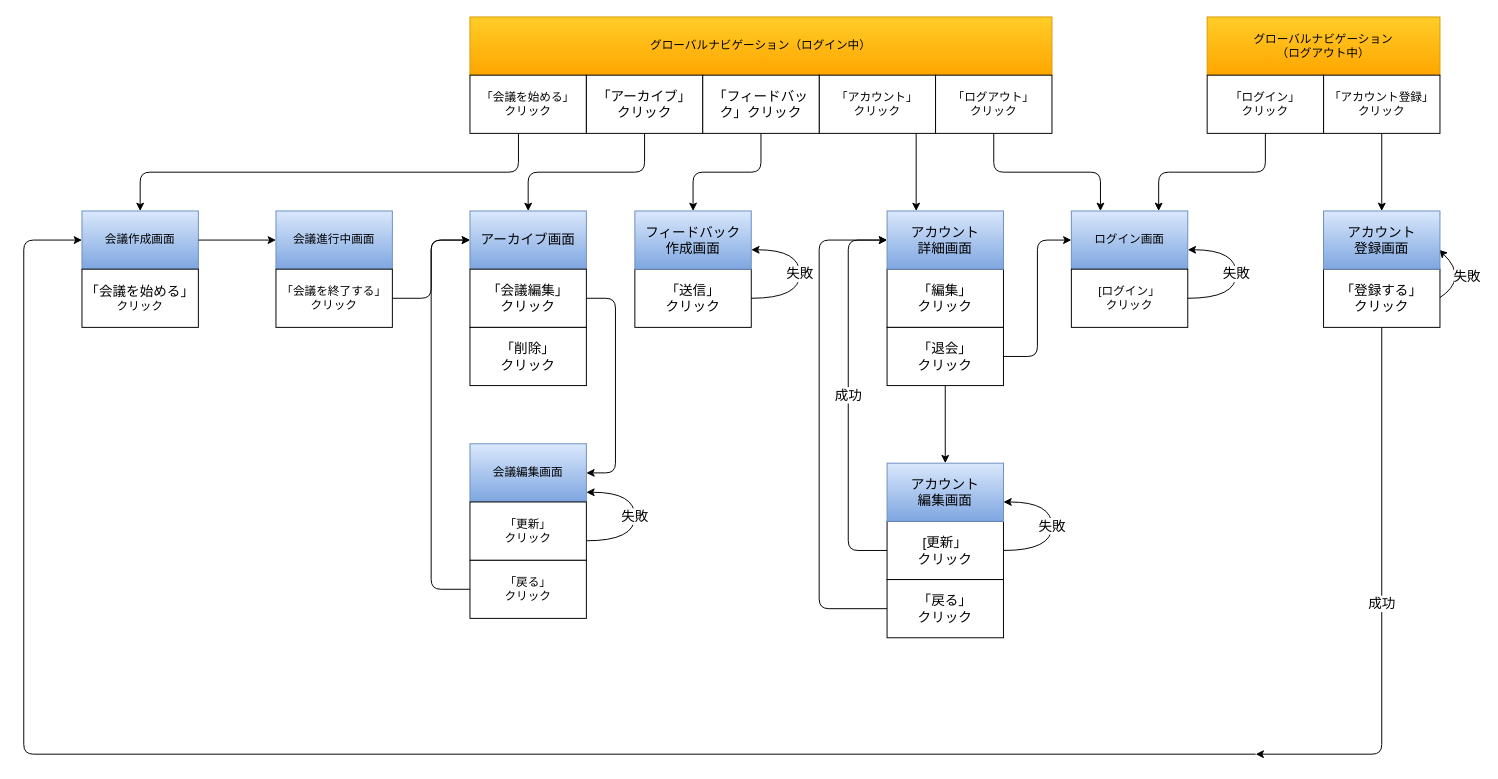
The draw.io diagram screen_transition.drawio in ushimedia/catalog_task_1, before the edit. Source tidied: cells renumbered, new cells numbered last; positions are measured from the earlier drawing's top-left corner, leaving out a move shared by most shapes. Both pictures are drawn from the tidied source at 97%, with x=0, y=0 at pixel (23, 16).
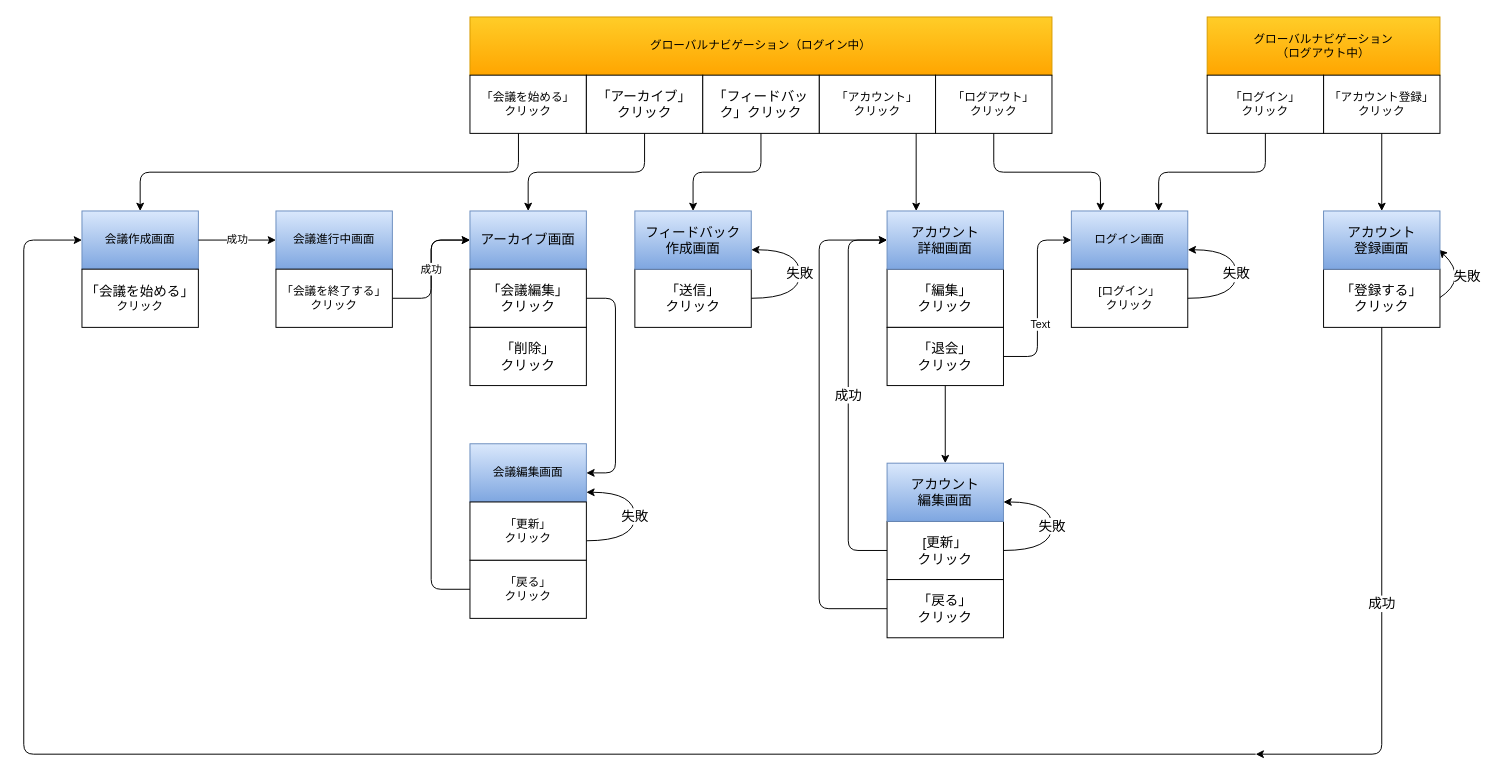
After the change.

The change refers to these unchanged cells:
```xml
<mxCell id="9" value="会議作成画面" style="rounded=0;whiteSpace=wrap;html=1;fillColor=#dae8fc;gradientColor=#7ea6e0;strokeColor=#6c8ebf;" parent="1" vertex="1">
  <mxGeometry x="60" y="200" width="120" height="60" as="geometry" />
</mxCell>
<mxCell id="40" style="edgeStyle=elbowEdgeStyle;elbow=horizontal;endArrow=classic;html=1;fontSize=14;entryX=0;entryY=0.5;entryDx=0;entryDy=0;exitX=1;exitY=0.5;exitDx=0;exitDy=0;" parent="1" edge="1" source="39" target="11">
  <mxGeometry relative="1" as="geometry" />
</mxCell>
<mxCell id="49" value="会議進行中画面" style="rounded=0;whiteSpace=wrap;html=1;fillColor=#dae8fc;gradientColor=#7ea6e0;strokeColor=#6c8ebf;" parent="1" vertex="1">
  <mxGeometry x="260" y="200" width="120" height="60" as="geometry" />
</mxCell>
<mxCell id="52" value="「会議を終了する」&lt;br&gt;クリック" style="rounded=0;whiteSpace=wrap;html=1;" parent="1" vertex="1">
  <mxGeometry x="260" y="260" width="120" height="60" as="geometry" />
</mxCell>
```

Change to the diagram source:
```diff
@@
+    <mxCell id="55" value="Text" style="edgeLabel;html=1;align=center;verticalAlign=middle;" parent="40" vertex="1">
+      <mxGeometry x="-0.27" y="-2" relative="1" as="geometry" />
+    </mxCell>
@@
-    <mxCell id="53" style="endArrow=classic;html=1;exitX=1;exitY=0.5;exitDx=0;exitDy=0;entryX=0;entryY=0.5;entryDx=0;entryDy=0;" parent="1" edge="1" source="9" target="49">
+    <mxCell id="53" value="成功" style="endArrow=classic;html=1;exitX=1;exitY=0.5;exitDx=0;exitDy=0;entryX=0;entryY=0.5;entryDx=0;entryDy=0;" parent="1" edge="1" source="9" target="49">
       <mxGeometry relative="1" as="geometry" />
     </mxCell>
-    <mxCell id="54" style="edgeStyle=elbowEdgeStyle;elbow=horizontal;endArrow=classic;html=1;exitX=1;exitY=0.5;exitDx=0;exitDy=0;" parent="1" edge="1" source="52">
+    <mxCell id="54" value="成功" style="edgeStyle=elbowEdgeStyle;elbow=horizontal;endArrow=classic;html=1;exitX=1;exitY=0.5;exitDx=0;exitDy=0;" parent="1" edge="1" source="52">
       <mxGeometry relative="1" as="geometry">
         <mxPoint x="460" y="230" as="targetPoint" />
       </mxGeometry>
     </mxCell>
```
